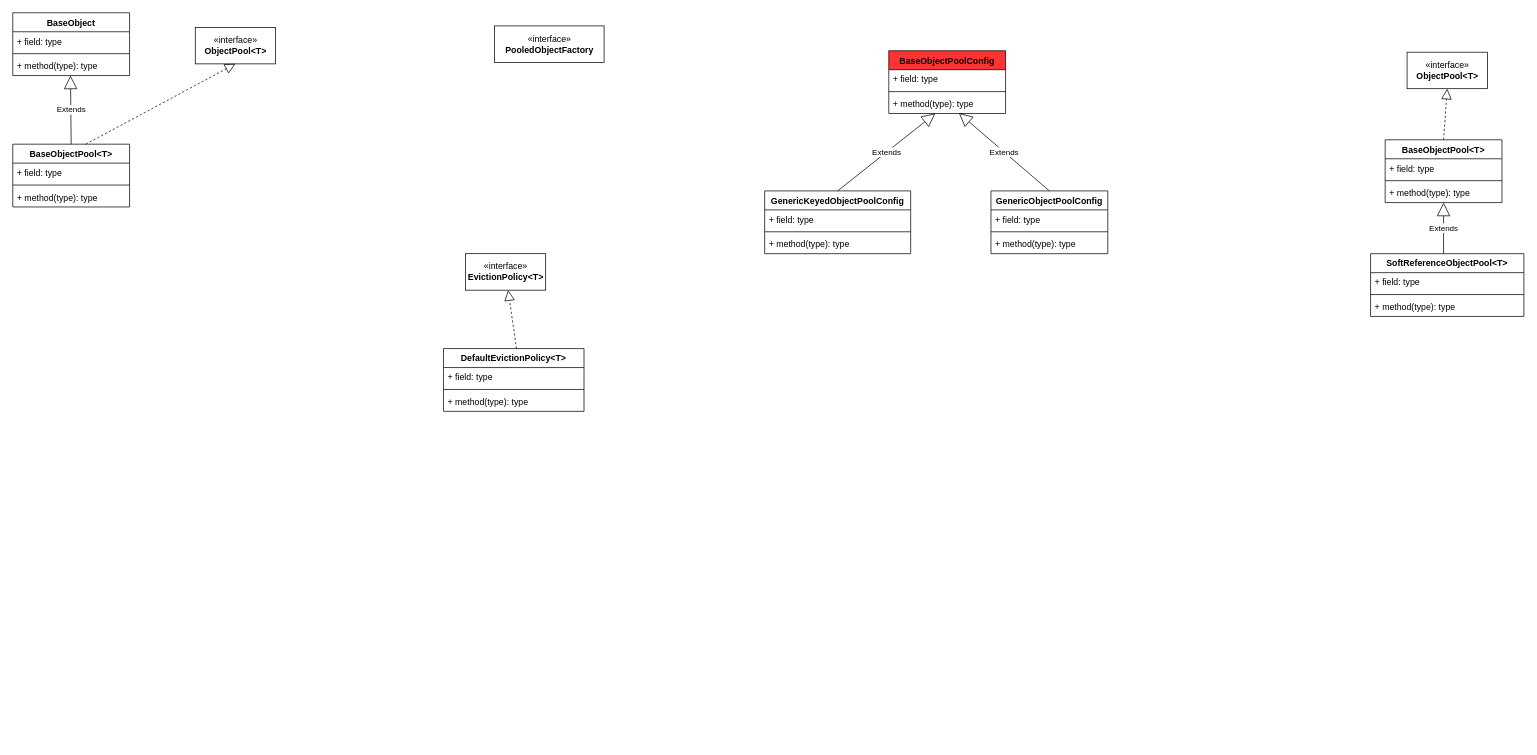
Before: commons/commons-pool.drawio in tadsimons/draw, a draw.io diagram. Source tidied: cells renumbered, new cells numbered last; positions are measured from the earlier drawing's top-left corner, leaving out a move shared by most shapes. Both pictures are drawn from the tidied source at 73%, with x=0, y=0 at pixel (12, 12).
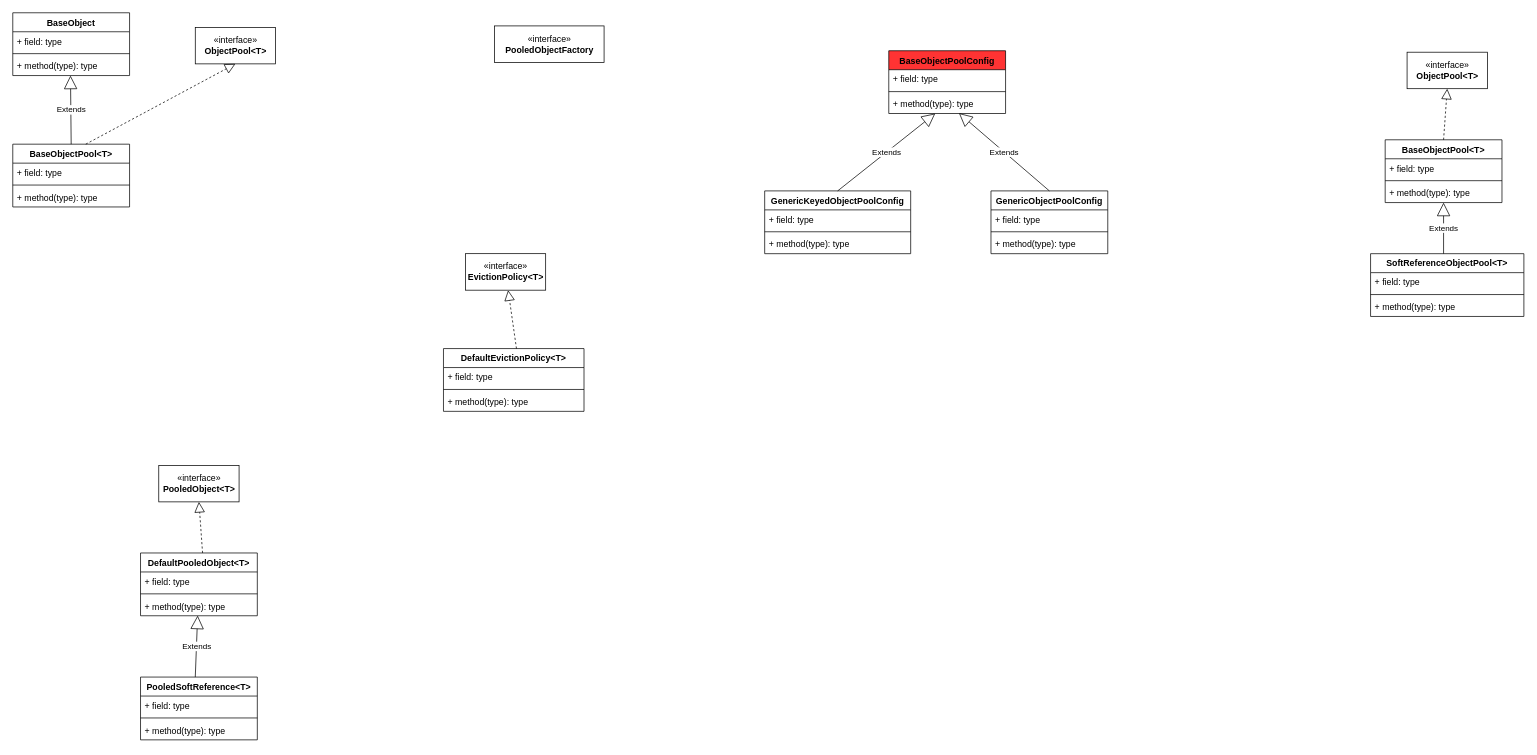
The same page after the edit.

What changed in the source:
```diff
@@
+    <mxCell id="45" value="«interface»&lt;br&gt;&lt;b&gt;PooledObject&amp;lt;T&amp;gt;&lt;/b&gt;" style="html=1;fillColor=#FFFFFF;" parent="1" vertex="1">
+      <mxGeometry x="200" y="620" width="110" height="50" as="geometry" />
+    </mxCell>
+    <mxCell id="46" value="DefaultPooledObject&lt;T&gt;" style="swimlane;fontStyle=1;align=center;verticalAlign=top;horizontal=1;startSize=26;fillColor=#FFFFFF;" parent="1" vertex="1">
+      <mxGeometry x="175" y="740" width="160" height="86" as="geometry" />
+    </mxCell>
+    <mxCell id="47" style="endArrow=block;dashed=1;endFill=0;endSize=12;html=1;entryX=0.5;entryY=1;entryDx=0;entryDy=0;" parent="46" edge="1" target="45">
+      <mxGeometry relative="1" as="geometry">
+        <mxPoint x="85" as="sourcePoint" />
+      </mxGeometry>
+    </mxCell>
+    <mxCell id="48" value="+ field: type" style="text;strokeColor=none;fillColor=none;align=left;verticalAlign=top;spacingLeft=4;spacingRight=4;overflow=hidden;" parent="46" vertex="1">
+      <mxGeometry y="26" width="160" height="26" as="geometry" />
+    </mxCell>
+    <mxCell id="49" style="line;strokeWidth=1;fillColor=none;align=left;verticalAlign=middle;spacingTop=-1;spacingLeft=3;spacingRight=3;labelPosition=right;" parent="46" vertex="1">
+      <mxGeometry y="52" width="160" height="8" as="geometry" />
+    </mxCell>
+    <mxCell id="50" value="+ method(type): type" style="text;strokeColor=none;fillColor=none;align=left;verticalAlign=top;spacingLeft=4;spacingRight=4;overflow=hidden;points=[[0,0.5],[1,0.5]];portConstraint=eastwest;" parent="46" vertex="1">
+      <mxGeometry y="60" width="160" height="26" as="geometry" />
+    </mxCell>
+    <mxCell id="51" value="PooledSoftReference&lt;T&gt;" style="swimlane;fontStyle=1;align=center;verticalAlign=top;horizontal=1;startSize=26;fillColor=#FFFFFF;" parent="1" vertex="1">
+      <mxGeometry x="175" y="910" width="160" height="86" as="geometry" />
+    </mxCell>
+    <mxCell id="52" value="Extends" style="endArrow=block;endSize=16;endFill=0;html=1;entryX=0.489;entryY=0.989;entryDx=0;entryDy=0;entryPerimeter=0;" parent="51" edge="1" target="50">
+      <mxGeometry relative="1" as="geometry">
+        <mxPoint x="75" as="sourcePoint" />
+      </mxGeometry>
+    </mxCell>
+    <mxCell id="53" value="+ field: type" style="text;strokeColor=none;fillColor=none;align=left;verticalAlign=top;spacingLeft=4;spacingRight=4;overflow=hidden;" parent="51" vertex="1">
+      <mxGeometry y="26" width="160" height="26" as="geometry" />
+    </mxCell>
+    <mxCell id="54" style="line;strokeWidth=1;fillColor=none;align=left;verticalAlign=middle;spacingTop=-1;spacingLeft=3;spacingRight=3;labelPosition=right;" parent="51" vertex="1">
+      <mxGeometry y="52" width="160" height="8" as="geometry" />
+    </mxCell>
+    <mxCell id="55" value="+ method(type): type" style="text;strokeColor=none;fillColor=none;align=left;verticalAlign=top;spacingLeft=4;spacingRight=4;overflow=hidden;" parent="51" vertex="1">
+      <mxGeometry y="60" width="160" height="26" as="geometry" />
+    </mxCell>
```
